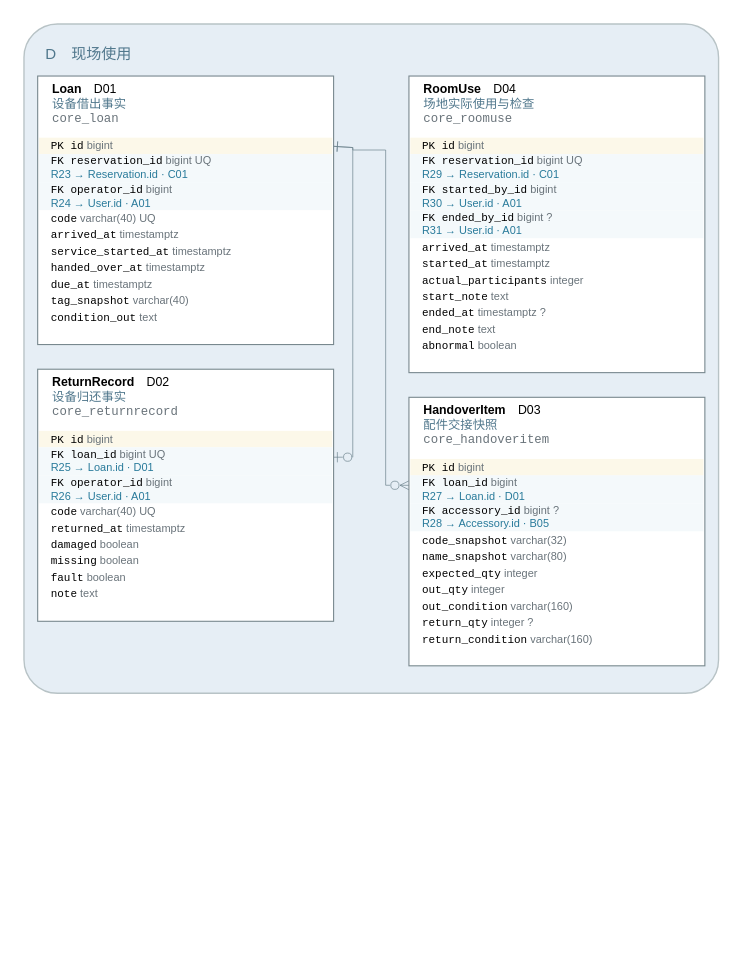
Above: models/图形源文件/图D-5-现场使用ERD.drawio in yvming67-gif/campus-lab-equipment-manager (draw.io), before the change. Source tidied: cells renumbered, new cells numbered last; positions are measured from the earlier drawing's top-left corner, leaving out a move shared by most shapes. Both pictures are drawn from the tidied source at 137%, with x=0, y=0 at pixel (23, 23).
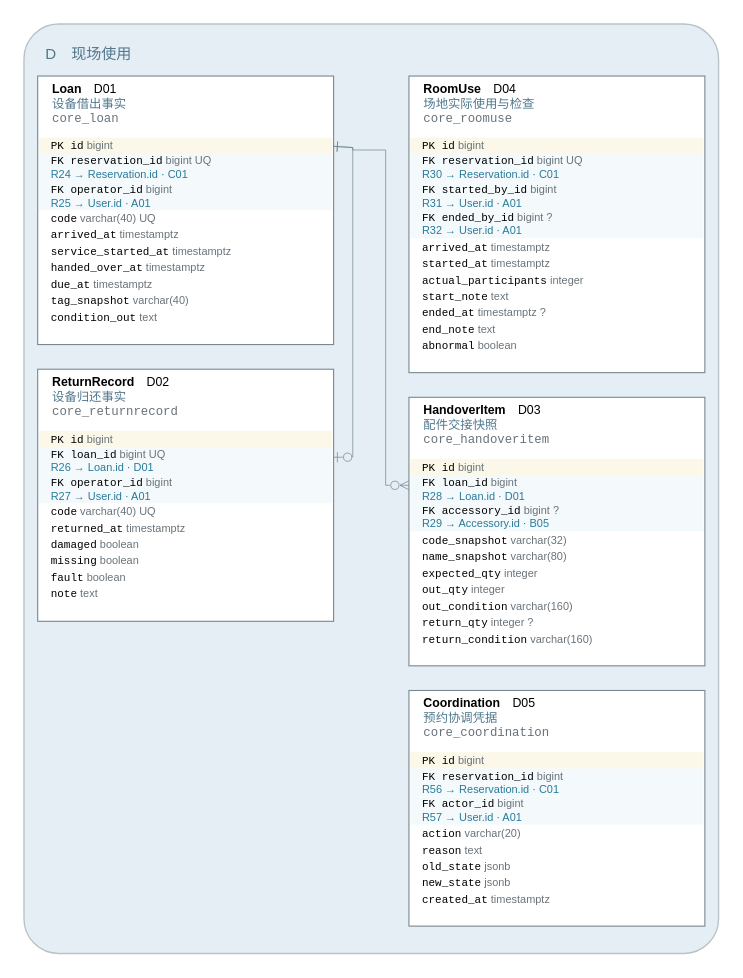
After the change.

Unchanged cells that the change refers to:
```xml
<mxCell id="6" style="rounded=0;fillColor=#ffffff;strokeColor=#78888e;strokeWidth=0.8;" parent="3" vertex="1">
  <mxGeometry x="10" y="38" width="216" height="196" as="geometry" />
</mxCell>
<mxCell id="18" style="rounded=0;fillColor=#ffffff;strokeColor=#78888e;strokeWidth=0.8;" parent="3" vertex="1">
  <mxGeometry x="10" y="252" width="216" height="184" as="geometry" />
</mxCell>
<mxCell id="29" style="rounded=0;fillColor=#ffffff;strokeColor=#78888e;strokeWidth=0.8;" parent="3" vertex="1">
  <mxGeometry x="281" y="38" width="216" height="216.5" as="geometry" />
</mxCell>
<mxCell id="42" style="rounded=0;fillColor=#ffffff;strokeColor=#78888e;strokeWidth=0.8;" parent="3" vertex="1">
  <mxGeometry x="281" y="272.5" width="216" height="196" as="geometry" />
</mxCell>
```

Diff of the diagram source:
```diff
@@
     <mxCell id="5" value="D　现场使用" style="rounded=1;arcSize=5;whiteSpace=wrap;html=1;fillColor=#e6eef5;strokeColor=#b8c3c6;align=left;verticalAlign=top;spacingTop=9;spacingLeft=14;fontFamily=Microsoft YaHei;fontSize=11;fontColor=#50778c;dashed=0;" parent="1" vertex="1">
-      <mxGeometry width="507" height="488.5" as="geometry" />
+      <mxGeometry width="507" height="678.5" as="geometry" />
     </mxCell>
@@
-    <mxCell id="9" value="&lt;font face='Consolas'&gt;FK reservation_id&lt;/font&gt; &lt;font color='#69737a'&gt;bigint UQ&lt;/font&gt;&lt;br/&gt;&lt;font color='#287a9a'&gt;R23 → Reservation.id · C01&lt;/font&gt;" style="text;html=1;whiteSpace=wrap;fillColor=#f4f9fb;strokeColor=none;align=left;verticalAlign=middle;spacingLeft=7;fontSize=8;fontFamily=Microsoft YaHei;" parent="6" vertex="1">
+    <mxCell id="9" value="&lt;font face='Consolas'&gt;FK reservation_id&lt;/font&gt; &lt;font color='#69737a'&gt;bigint UQ&lt;/font&gt;&lt;br/&gt;&lt;font color='#287a9a'&gt;R24 → Reservation.id · C01&lt;/font&gt;" style="text;html=1;whiteSpace=wrap;fillColor=#f4f9fb;strokeColor=none;align=left;verticalAlign=middle;spacingLeft=7;fontSize=8;fontFamily=Microsoft YaHei;" parent="6" vertex="1">
       <mxGeometry x="1" y="57" width="214" height="20.5" as="geometry" />
     </mxCell>
-    <mxCell id="10" value="&lt;font face='Consolas'&gt;FK operator_id&lt;/font&gt; &lt;font color='#69737a'&gt;bigint&lt;/font&gt;&lt;br/&gt;&lt;font color='#287a9a'&gt;R24 → User.id · A01&lt;/font&gt;" style="text;html=1;whiteSpace=wrap;fillColor=#f4f9fb;strokeColor=none;align=left;verticalAlign=middle;spacingLeft=7;fontSize=8;fontFamily=Microsoft YaHei;" parent="6" vertex="1">
+    <mxCell id="10" value="&lt;font face='Consolas'&gt;FK operator_id&lt;/font&gt; &lt;font color='#69737a'&gt;bigint&lt;/font&gt;&lt;br/&gt;&lt;font color='#287a9a'&gt;R25 → User.id · A01&lt;/font&gt;" style="text;html=1;whiteSpace=wrap;fillColor=#f4f9fb;strokeColor=none;align=left;verticalAlign=middle;spacingLeft=7;fontSize=8;fontFamily=Microsoft YaHei;" parent="6" vertex="1">
       <mxGeometry x="1" y="77.5" width="214" height="20.5" as="geometry" />
     </mxCell>
@@
-    <mxCell id="21" value="&lt;font face='Consolas'&gt;FK loan_id&lt;/font&gt; &lt;font color='#69737a'&gt;bigint UQ&lt;/font&gt;&lt;br/&gt;&lt;font color='#287a9a'&gt;R25 → Loan.id · D01&lt;/font&gt;" style="text;html=1;whiteSpace=wrap;fillColor=#f4f9fb;strokeColor=none;align=left;verticalAlign=middle;spacingLeft=7;fontSize=8;fontFamily=Microsoft YaHei;" parent="18" vertex="1">
+    <mxCell id="21" value="&lt;font face='Consolas'&gt;FK loan_id&lt;/font&gt; &lt;font color='#69737a'&gt;bigint UQ&lt;/font&gt;&lt;br/&gt;&lt;font color='#287a9a'&gt;R26 → Loan.id · D01&lt;/font&gt;" style="text;html=1;whiteSpace=wrap;fillColor=#f4f9fb;strokeColor=none;align=left;verticalAlign=middle;spacingLeft=7;fontSize=8;fontFamily=Microsoft YaHei;" parent="18" vertex="1">
       <mxGeometry x="1" y="57" width="214" height="20.5" as="geometry" />
     </mxCell>
-    <mxCell id="22" value="&lt;font face='Consolas'&gt;FK operator_id&lt;/font&gt; &lt;font color='#69737a'&gt;bigint&lt;/font&gt;&lt;br/&gt;&lt;font color='#287a9a'&gt;R26 → User.id · A01&lt;/font&gt;" style="text;html=1;whiteSpace=wrap;fillColor=#f4f9fb;strokeColor=none;align=left;verticalAlign=middle;spacingLeft=7;fontSize=8;fontFamily=Microsoft YaHei;" parent="18" vertex="1">
+    <mxCell id="22" value="&lt;font face='Consolas'&gt;FK operator_id&lt;/font&gt; &lt;font color='#69737a'&gt;bigint&lt;/font&gt;&lt;br/&gt;&lt;font color='#287a9a'&gt;R27 → User.id · A01&lt;/font&gt;" style="text;html=1;whiteSpace=wrap;fillColor=#f4f9fb;strokeColor=none;align=left;verticalAlign=middle;spacingLeft=7;fontSize=8;fontFamily=Microsoft YaHei;" parent="18" vertex="1">
       <mxGeometry x="1" y="77.5" width="214" height="20.5" as="geometry" />
     </mxCell>
@@
-    <mxCell id="32" value="&lt;font face='Consolas'&gt;FK reservation_id&lt;/font&gt; &lt;font color='#69737a'&gt;bigint UQ&lt;/font&gt;&lt;br/&gt;&lt;font color='#287a9a'&gt;R29 → Reservation.id · C01&lt;/font&gt;" style="text;html=1;whiteSpace=wrap;fillColor=#f4f9fb;strokeColor=none;align=left;verticalAlign=middle;spacingLeft=7;fontSize=8;fontFamily=Microsoft YaHei;" parent="29" vertex="1">
+    <mxCell id="32" value="&lt;font face='Consolas'&gt;FK reservation_id&lt;/font&gt; &lt;font color='#69737a'&gt;bigint UQ&lt;/font&gt;&lt;br/&gt;&lt;font color='#287a9a'&gt;R30 → Reservation.id · C01&lt;/font&gt;" style="text;html=1;whiteSpace=wrap;fillColor=#f4f9fb;strokeColor=none;align=left;verticalAlign=middle;spacingLeft=7;fontSize=8;fontFamily=Microsoft YaHei;" parent="29" vertex="1">
       <mxGeometry x="1" y="57" width="214" height="20.5" as="geometry" />
     </mxCell>
-    <mxCell id="33" value="&lt;font face='Consolas'&gt;FK started_by_id&lt;/font&gt; &lt;font color='#69737a'&gt;bigint&lt;/font&gt;&lt;br/&gt;&lt;font color='#287a9a'&gt;R30 → User.id · A01&lt;/font&gt;" style="text;html=1;whiteSpace=wrap;fillColor=#f4f9fb;strokeColor=none;align=left;verticalAlign=middle;spacingLeft=7;fontSize=8;fontFamily=Microsoft YaHei;" parent="29" vertex="1">
+    <mxCell id="33" value="&lt;font face='Consolas'&gt;FK started_by_id&lt;/font&gt; &lt;font color='#69737a'&gt;bigint&lt;/font&gt;&lt;br/&gt;&lt;font color='#287a9a'&gt;R31 → User.id · A01&lt;/font&gt;" style="text;html=1;whiteSpace=wrap;fillColor=#f4f9fb;strokeColor=none;align=left;verticalAlign=middle;spacingLeft=7;fontSize=8;fontFamily=Microsoft YaHei;" parent="29" vertex="1">
       <mxGeometry x="1" y="77.5" width="214" height="20.5" as="geometry" />
     </mxCell>
-    <mxCell id="34" value="&lt;font face='Consolas'&gt;FK ended_by_id&lt;/font&gt; &lt;font color='#69737a'&gt;bigint ?&lt;/font&gt;&lt;br/&gt;&lt;font color='#287a9a'&gt;R31 → User.id · A01&lt;/font&gt;" style="text;html=1;whiteSpace=wrap;fillColor=#f4f9fb;strokeColor=none;align=left;verticalAlign=middle;spacingLeft=7;fontSize=8;fontFamily=Microsoft YaHei;" parent="29" vertex="1">
+    <mxCell id="34" value="&lt;font face='Consolas'&gt;FK ended_by_id&lt;/font&gt; &lt;font color='#69737a'&gt;bigint ?&lt;/font&gt;&lt;br/&gt;&lt;font color='#287a9a'&gt;R32 → User.id · A01&lt;/font&gt;" style="text;html=1;whiteSpace=wrap;fillColor=#f4f9fb;strokeColor=none;align=left;verticalAlign=middle;spacingLeft=7;fontSize=8;fontFamily=Microsoft YaHei;" parent="29" vertex="1">
       <mxGeometry x="1" y="98" width="214" height="20.5" as="geometry" />
     </mxCell>
@@
-    <mxCell id="45" value="&lt;font face='Consolas'&gt;FK loan_id&lt;/font&gt; &lt;font color='#69737a'&gt;bigint&lt;/font&gt;&lt;br/&gt;&lt;font color='#287a9a'&gt;R27 → Loan.id · D01&lt;/font&gt;" style="text;html=1;whiteSpace=wrap;fillColor=#f4f9fb;strokeColor=none;align=left;verticalAlign=middle;spacingLeft=7;fontSize=8;fontFamily=Microsoft YaHei;" parent="42" vertex="1">
+    <mxCell id="45" value="&lt;font face='Consolas'&gt;FK loan_id&lt;/font&gt; &lt;font color='#69737a'&gt;bigint&lt;/font&gt;&lt;br/&gt;&lt;font color='#287a9a'&gt;R28 → Loan.id · D01&lt;/font&gt;" style="text;html=1;whiteSpace=wrap;fillColor=#f4f9fb;strokeColor=none;align=left;verticalAlign=middle;spacingLeft=7;fontSize=8;fontFamily=Microsoft YaHei;" parent="42" vertex="1">
       <mxGeometry x="1" y="57" width="214" height="20.5" as="geometry" />
     </mxCell>
-    <mxCell id="46" value="&lt;font face='Consolas'&gt;FK accessory_id&lt;/font&gt; &lt;font color='#69737a'&gt;bigint ?&lt;/font&gt;&lt;br/&gt;&lt;font color='#287a9a'&gt;R28 → Accessory.id · B05&lt;/font&gt;" style="text;html=1;whiteSpace=wrap;fillColor=#f4f9fb;strokeColor=none;align=left;verticalAlign=middle;spacingLeft=7;fontSize=8;fontFamily=Microsoft YaHei;" parent="42" vertex="1">
+    <mxCell id="46" value="&lt;font face='Consolas'&gt;FK accessory_id&lt;/font&gt; &lt;font color='#69737a'&gt;bigint ?&lt;/font&gt;&lt;br/&gt;&lt;font color='#287a9a'&gt;R29 → Accessory.id · B05&lt;/font&gt;" style="text;html=1;whiteSpace=wrap;fillColor=#f4f9fb;strokeColor=none;align=left;verticalAlign=middle;spacingLeft=7;fontSize=8;fontFamily=Microsoft YaHei;" parent="42" vertex="1">
       <mxGeometry x="1" y="77.5" width="214" height="20.5" as="geometry" />
     </mxCell>
@@
+    <mxCell id="56" style="rounded=0;fillColor=#ffffff;strokeColor=#78888e;strokeWidth=0.8;" parent="3" vertex="1">
+      <mxGeometry x="281" y="486.5" width="216" height="172" as="geometry" />
+    </mxCell>
+    <mxCell id="57" value="&lt;b&gt;Coordination&lt;/b&gt;　D05&lt;br/&gt;&lt;font color='#50778c'&gt;预约协调凭据&lt;/font&gt;&lt;br/&gt;&lt;font color='#69737a' face='Consolas'&gt;core_coordination&lt;/font&gt;" style="text;html=1;whiteSpace=wrap;fillColor=none;strokeColor=none;align=left;verticalAlign=middle;spacingLeft=9;fontSize=9;fontFamily=Microsoft YaHei;" parent="56" vertex="1">
+      <mxGeometry width="216" height="41" as="geometry" />
+    </mxCell>
+    <mxCell id="58" value="&lt;font face='Consolas'&gt;PK id&lt;/font&gt; &lt;font color='#69737a'&gt;bigint&lt;/font&gt;" style="text;html=1;whiteSpace=wrap;fillColor=#fcf8e9;strokeColor=none;align=left;verticalAlign=middle;spacingLeft=7;fontSize=8;fontFamily=Microsoft YaHei;" parent="56" vertex="1">
+      <mxGeometry x="1" y="45" width="214" height="12" as="geometry" />
+    </mxCell>
+    <mxCell id="59" value="&lt;font face='Consolas'&gt;FK reservation_id&lt;/font&gt; &lt;font color='#69737a'&gt;bigint&lt;/font&gt;&lt;br/&gt;&lt;font color='#287a9a'&gt;R56 → Reservation.id · C01&lt;/font&gt;" style="text;html=1;whiteSpace=wrap;fillColor=#f4f9fb;strokeColor=none;align=left;verticalAlign=middle;spacingLeft=7;fontSize=8;fontFamily=Microsoft YaHei;" parent="56" vertex="1">
+      <mxGeometry x="1" y="57" width="214" height="20.5" as="geometry" />
+    </mxCell>
+    <mxCell id="60" value="&lt;font face='Consolas'&gt;FK actor_id&lt;/font&gt; &lt;font color='#69737a'&gt;bigint&lt;/font&gt;&lt;br/&gt;&lt;font color='#287a9a'&gt;R57 → User.id · A01&lt;/font&gt;" style="text;html=1;whiteSpace=wrap;fillColor=#f4f9fb;strokeColor=none;align=left;verticalAlign=middle;spacingLeft=7;fontSize=8;fontFamily=Microsoft YaHei;" parent="56" vertex="1">
+      <mxGeometry x="1" y="77.5" width="214" height="20.5" as="geometry" />
+    </mxCell>
+    <mxCell id="61" value="&lt;font face='Consolas'&gt;action&lt;/font&gt; &lt;font color='#69737a'&gt;varchar(20)&lt;/font&gt;" style="text;html=1;whiteSpace=wrap;fillColor=#ffffff;strokeColor=none;align=left;verticalAlign=middle;spacingLeft=7;fontSize=8;fontFamily=Microsoft YaHei;" parent="56" vertex="1">
+      <mxGeometry x="1" y="98" width="214" height="12" as="geometry" />
+    </mxCell>
+    <mxCell id="62" value="&lt;font face='Consolas'&gt;reason&lt;/font&gt; &lt;font color='#69737a'&gt;text&lt;/font&gt;" style="text;html=1;whiteSpace=wrap;fillColor=#ffffff;strokeColor=none;align=left;verticalAlign=middle;spacingLeft=7;fontSize=8;fontFamily=Microsoft YaHei;" parent="56" vertex="1">
+      <mxGeometry x="1" y="110" width="214" height="12" as="geometry" />
+    </mxCell>
+    <mxCell id="63" value="&lt;font face='Consolas'&gt;old_state&lt;/font&gt; &lt;font color='#69737a'&gt;jsonb&lt;/font&gt;" style="text;html=1;whiteSpace=wrap;fillColor=#ffffff;strokeColor=none;align=left;verticalAlign=middle;spacingLeft=7;fontSize=8;fontFamily=Microsoft YaHei;" parent="56" vertex="1">
+      <mxGeometry x="1" y="122" width="214" height="12" as="geometry" />
+    </mxCell>
+    <mxCell id="64" value="&lt;font face='Consolas'&gt;new_state&lt;/font&gt; &lt;font color='#69737a'&gt;jsonb&lt;/font&gt;" style="text;html=1;whiteSpace=wrap;fillColor=#ffffff;strokeColor=none;align=left;verticalAlign=middle;spacingLeft=7;fontSize=8;fontFamily=Microsoft YaHei;" parent="56" vertex="1">
+      <mxGeometry x="1" y="134" width="214" height="12" as="geometry" />
+    </mxCell>
+    <mxCell id="65" value="&lt;font face='Consolas'&gt;created_at&lt;/font&gt; &lt;font color='#69737a'&gt;timestamptz&lt;/font&gt;" style="text;html=1;whiteSpace=wrap;fillColor=#ffffff;strokeColor=none;align=left;verticalAlign=middle;spacingLeft=7;fontSize=8;fontFamily=Microsoft YaHei;" parent="56" vertex="1">
+      <mxGeometry x="1" y="146" width="214" height="12" as="geometry" />
+    </mxCell>
```
